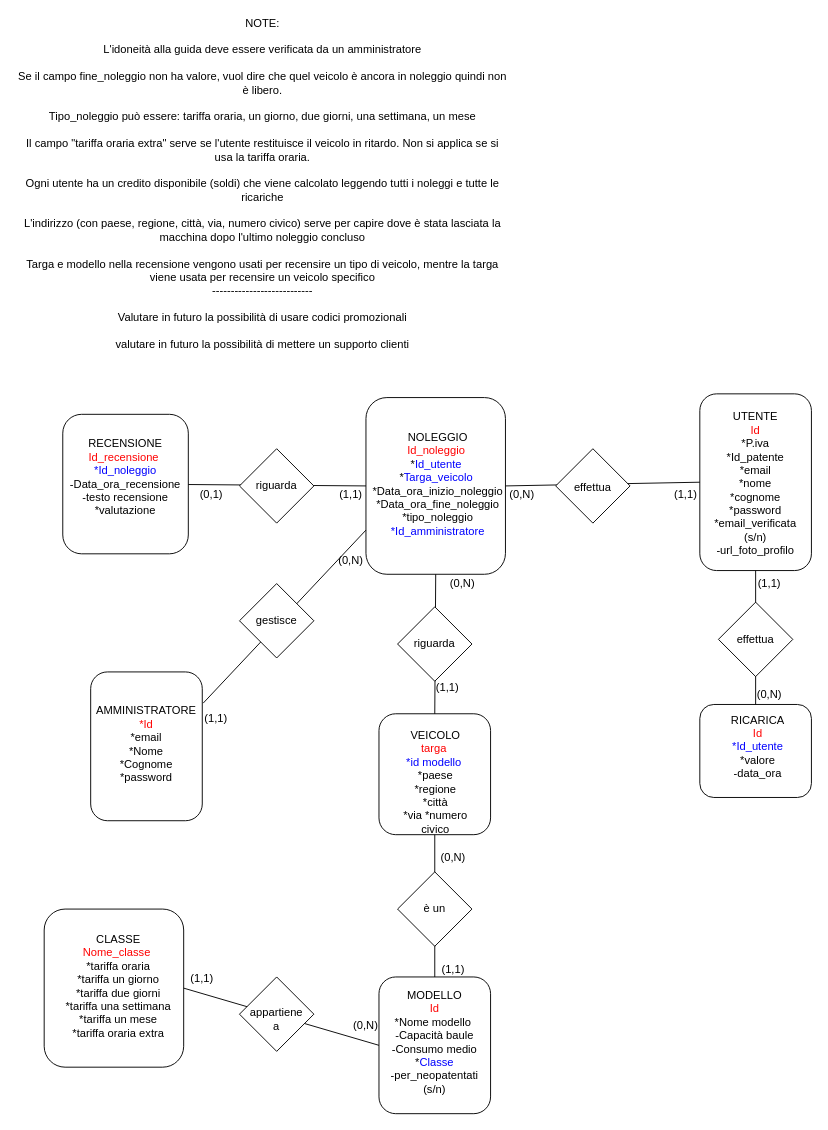
Before: Car Sharing DB v1.drawio in PeppeSorb/CarSharing, a draw.io diagram. Source tidied: cells renumbered, new cells numbered last; positions are measured from the earlier drawing's top-left corner, leaving out a move shared by most shapes. Both pictures are drawn from the tidied source at 93%, with x=0, y=0 at pixel (16, 25).
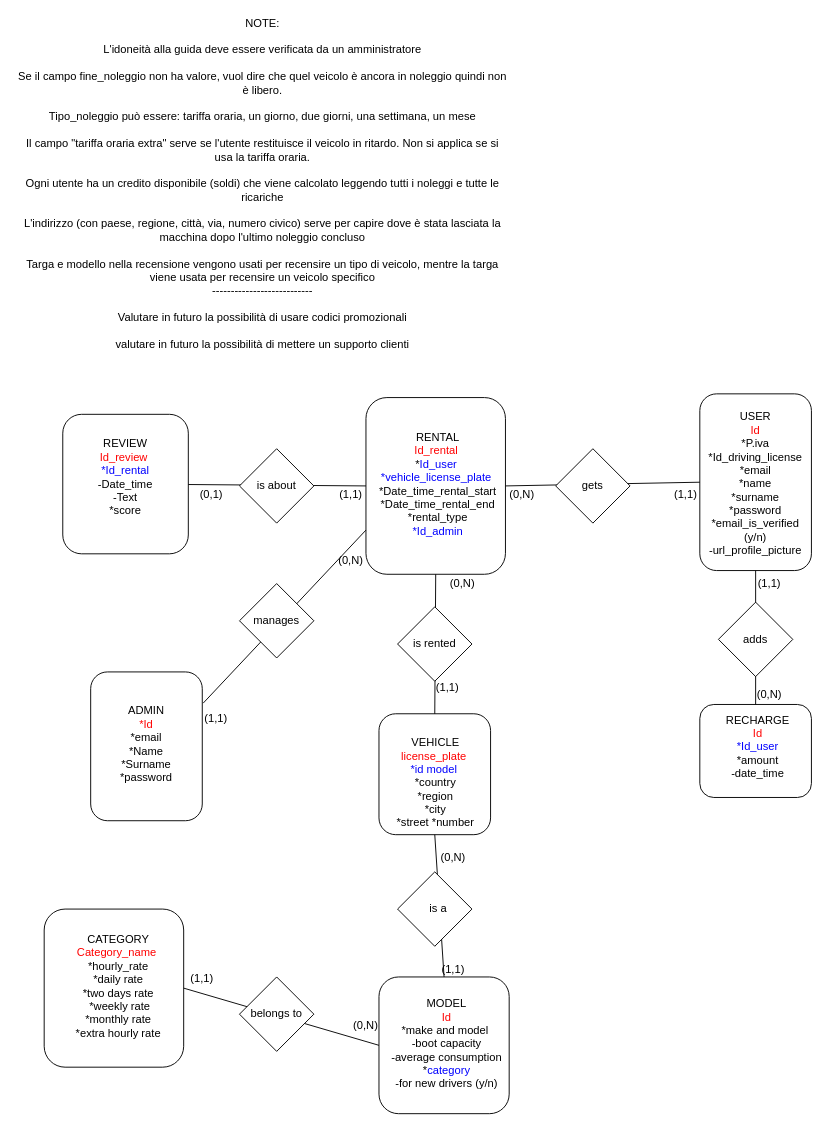
The same diagram, later.

Commit message (it also covers changes not shown here):
Aggiornato schema Er

Diff of the diagram source:
```diff
@@
-    <mxCell id="4" value="UTENTE&lt;br&gt;&lt;font color=&quot;#ff0000&quot;&gt;Id&lt;/font&gt;&lt;br&gt;*P.iva&lt;br&gt;*Id_patente&lt;br&gt;*email&lt;br&gt;*nome&lt;br&gt;*cognome&lt;br&gt;*password&lt;br&gt;*email_verificata (s/n)&lt;br&gt;-url_foto_profilo" style="text;html=1;strokeColor=none;fillColor=none;align=center;verticalAlign=middle;whiteSpace=wrap;rounded=0;" parent="1" vertex="1">
+    <mxCell id="4" value="USER&lt;br&gt;&lt;font color=&quot;#ff0000&quot;&gt;Id&lt;/font&gt;&lt;br&gt;*P.iva&lt;br&gt;*Id_driving_license&lt;br&gt;*email&lt;br&gt;*name&lt;br&gt;*surname&lt;br&gt;*password&lt;br&gt;*email_is_verified (y/n)&lt;br&gt;-url_profile_picture" style="text;html=1;strokeColor=none;fillColor=none;align=center;verticalAlign=middle;whiteSpace=wrap;rounded=0;" parent="1" vertex="1">
       <mxGeometry x="765" y="480" width="60" height="26" as="geometry" />
     </mxCell>
@@
-    <mxCell id="6" value="VEICOLO&lt;br&gt;&lt;font color=&quot;#ff0000&quot;&gt;targa&lt;/font&gt;&amp;nbsp;&lt;br&gt;&lt;font color=&quot;#0000ff&quot;&gt;*id&amp;nbsp;modello&lt;/font&gt;&amp;nbsp;&lt;br&gt;*paese&lt;br&gt;*regione &lt;br&gt;*città &lt;br&gt;*via *numero civico" style="text;html=1;strokeColor=none;fillColor=none;align=center;verticalAlign=middle;whiteSpace=wrap;rounded=0;" parent="1" vertex="1">
+    <mxCell id="6" value="VEHICLE&lt;br&gt;&lt;font color=&quot;#ff0000&quot;&gt;license_plate&lt;/font&gt;&amp;nbsp;&lt;br&gt;&lt;font color=&quot;#0000ff&quot;&gt;*id&amp;nbsp;model&lt;/font&gt;&amp;nbsp;&lt;br&gt;*country&lt;br&gt;*region&lt;br&gt;*city&lt;br&gt;*street *number" style="text;html=1;strokeColor=none;fillColor=none;align=center;verticalAlign=middle;whiteSpace=wrap;rounded=0;" parent="1" vertex="1">
       <mxGeometry x="406" y="800" width="90" height="27" as="geometry" />
     </mxCell>
     <mxCell id="7" style="rounded=1;whiteSpace=wrap;html=1;" parent="1" vertex="1">
-      <mxGeometry x="390" y="1023" width="120" height="147" as="geometry" />
+      <mxGeometry x="390" y="1023" width="140" height="147" as="geometry" />
     </mxCell>
-    <mxCell id="8" value="MODELLO&lt;br&gt;&lt;font color=&quot;#ff0000&quot;&gt;Id&lt;/font&gt;&lt;br&gt;*Nome modello&amp;nbsp;&lt;br&gt;-Capacità baule &lt;br&gt;-Consumo medio *&lt;font color=&quot;#0000ff&quot;&gt;Classe &lt;/font&gt;&lt;br&gt;-per_neopatentati (s/n)" style="text;html=1;strokeColor=none;fillColor=none;align=center;verticalAlign=middle;whiteSpace=wrap;rounded=0;" parent="1" vertex="1">
-      <mxGeometry x="400" y="1075" width="100" height="35" as="geometry" />
+    <mxCell id="8" value="MODEL&lt;br&gt;&lt;font color=&quot;#ff0000&quot;&gt;Id&lt;/font&gt;&lt;br&gt;*make and model&lt;span style=&quot;background-color: initial;&quot;&gt;&amp;nbsp;&lt;/span&gt;&lt;br&gt;-boot capacity&lt;br&gt;-average consumption &lt;br&gt;*&lt;font color=&quot;#0000ff&quot;&gt;category&lt;/font&gt;&lt;br&gt;-for new drivers (y/n)" style="text;html=1;strokeColor=none;fillColor=none;align=center;verticalAlign=middle;whiteSpace=wrap;rounded=0;" parent="1" vertex="1">
+      <mxGeometry x="396" y="1079" width="134" height="31" as="geometry" />
     </mxCell>
@@
-    <mxCell id="10" value="AMMINISTRATORE&lt;br&gt;&lt;font color=&quot;#ff0000&quot;&gt;*Id&lt;/font&gt;&lt;br&gt;*email &lt;br&gt;*Nome &lt;br&gt;*Cognome *password" style="text;html=1;strokeColor=none;fillColor=none;align=center;verticalAlign=middle;whiteSpace=wrap;rounded=0;" parent="1" vertex="1">
+    <mxCell id="10" value="ADMIN&lt;br&gt;&lt;font color=&quot;#ff0000&quot;&gt;*Id&lt;/font&gt;&lt;br&gt;*email &lt;br&gt;*Name&lt;br&gt;*Surname *password" style="text;html=1;strokeColor=none;fillColor=none;align=center;verticalAlign=middle;whiteSpace=wrap;rounded=0;" parent="1" vertex="1">
       <mxGeometry x="85" y="730" width="110" height="85" as="geometry" />
     </mxCell>
@@
-    <mxCell id="12" value="NOLEGGIO&lt;br&gt;&lt;font color=&quot;#ff0000&quot;&gt;Id_noleggio&lt;/font&gt;&amp;nbsp;&lt;br&gt;*&lt;font color=&quot;#0000ff&quot;&gt;Id_utente&lt;/font&gt;&amp;nbsp;&lt;br&gt;*&lt;font color=&quot;#0000ff&quot;&gt;Targa_veicolo&lt;/font&gt;&amp;nbsp;&lt;br&gt;*Data_ora_inizio_noleggio *Data_ora_fine_noleggio *tipo_noleggio&lt;br&gt;&lt;font color=&quot;#0000ff&quot;&gt;*Id_amministratore&lt;/font&gt;" style="text;html=1;strokeColor=none;fillColor=none;align=center;verticalAlign=middle;whiteSpace=wrap;rounded=0;" parent="1" vertex="1">
+    <mxCell id="12" value="RENTAL&lt;br&gt;&lt;font color=&quot;#ff0000&quot;&gt;Id_rental&lt;/font&gt;&amp;nbsp;&lt;br&gt;*&lt;font color=&quot;#0000ff&quot;&gt;Id_user&lt;/font&gt;&amp;nbsp;&lt;br&gt;&lt;font color=&quot;#0000ff&quot;&gt;*vehicle_license_plate&lt;/font&gt;&amp;nbsp;&lt;br&gt;*Date_time_rental_start *Date_time_rental_end *rental_type&lt;br&gt;&lt;font color=&quot;#0000ff&quot;&gt;*Id_admin&lt;/font&gt;" style="text;html=1;strokeColor=none;fillColor=none;align=center;verticalAlign=middle;whiteSpace=wrap;rounded=0;" parent="1" vertex="1">
       <mxGeometry x="421" y="480" width="65" height="26" as="geometry" />
     </mxCell>
@@
-    <mxCell id="14" value="CLASSE&lt;br&gt;&lt;font color=&quot;#ff0000&quot;&gt;Nome_classe&lt;/font&gt;&amp;nbsp;&lt;br&gt;*tariffa oraria&lt;br&gt;*tariffa un giorno *tariffa due giorni *tariffa una settimana&lt;br&gt;*tariffa un mese *tariffa oraria extra" style="text;html=1;strokeColor=none;fillColor=none;align=center;verticalAlign=middle;whiteSpace=wrap;rounded=0;" parent="1" vertex="1">
+    <mxCell id="14" value="CATEGORY&lt;br&gt;&lt;font color=&quot;#ff0000&quot;&gt;Category_name&lt;/font&gt;&amp;nbsp;&lt;br&gt;*hourly_rate&lt;br&gt;*daily rate&lt;br&gt;*two days rate&lt;br&gt;&amp;nbsp;*weekly rate&lt;br&gt;*monthly rate &lt;br&gt;*extra hourly rate" style="text;html=1;strokeColor=none;fillColor=none;align=center;verticalAlign=middle;whiteSpace=wrap;rounded=0;" parent="1" vertex="1">
       <mxGeometry x="50" y="965" width="120" height="135" as="geometry" />
     </mxCell>
@@
-    <mxCell id="16" value="RECENSIONE&lt;br&gt;&lt;font color=&quot;#ff0000&quot;&gt;Id_recensione&lt;/font&gt;&amp;nbsp;&lt;br&gt;&lt;font color=&quot;#0000ff&quot;&gt;*Id_noleggio&lt;/font&gt;&lt;br&gt;-Data_ora_recensione&lt;br&gt;-testo recensione&lt;br&gt;*valutazione" style="text;html=1;strokeColor=none;fillColor=none;align=center;verticalAlign=middle;whiteSpace=wrap;rounded=0;" parent="1" vertex="1">
+    <mxCell id="16" value="REVIEW&lt;br&gt;&lt;font color=&quot;#ff0000&quot;&gt;Id_review&lt;/font&gt;&amp;nbsp;&lt;br&gt;&lt;font color=&quot;#0000ff&quot;&gt;*Id_rental&lt;/font&gt;&lt;br&gt;-Date_time&lt;br&gt;-Text&lt;br&gt;*score" style="text;html=1;strokeColor=none;fillColor=none;align=center;verticalAlign=middle;whiteSpace=wrap;rounded=0;" parent="1" vertex="1">
       <mxGeometry x="50" y="471" width="135" height="30" as="geometry" />
     </mxCell>
@@
-    <mxCell id="18" value="RICARICA&lt;br&gt;&lt;font color=&quot;#ff0000&quot;&gt;Id&lt;/font&gt;&lt;br&gt;&lt;font color=&quot;#0000ff&quot;&gt;*Id_utente&lt;/font&gt;&lt;br&gt;*valore&lt;br&gt;-data_ora" style="text;html=1;strokeColor=none;fillColor=none;align=center;verticalAlign=middle;whiteSpace=wrap;rounded=0;" parent="1" vertex="1">
+    <mxCell id="18" value="RECHARGE&lt;br&gt;&lt;font color=&quot;#ff0000&quot;&gt;Id&lt;/font&gt;&lt;br&gt;&lt;font color=&quot;#0000ff&quot;&gt;*Id_user&lt;/font&gt;&lt;br&gt;*amount&lt;br&gt;-date_time" style="text;html=1;strokeColor=none;fillColor=none;align=center;verticalAlign=middle;whiteSpace=wrap;rounded=0;" parent="1" vertex="1">
       <mxGeometry x="765" y="760" width="65" height="30" as="geometry" />
     </mxCell>
@@
-    <mxCell id="21" value="è un" style="text;html=1;strokeColor=none;fillColor=none;align=center;verticalAlign=middle;whiteSpace=wrap;rounded=0;" parent="1" vertex="1">
-      <mxGeometry x="420" y="935" width="60" height="30" as="geometry" />
+    <mxCell id="21" value="is a" style="text;html=1;strokeColor=none;fillColor=none;align=center;verticalAlign=middle;whiteSpace=wrap;rounded=0;" parent="1" vertex="1">
+      <mxGeometry x="423.5" y="935" width="60" height="30" as="geometry" />
     </mxCell>
@@
-    <mxCell id="26" value="appartiene a" style="text;html=1;strokeColor=none;fillColor=none;align=center;verticalAlign=middle;whiteSpace=wrap;rounded=0;" parent="1" vertex="1">
-      <mxGeometry x="250" y="1053" width="60" height="32" as="geometry" />
+    <mxCell id="26" value="belongs to" style="text;html=1;strokeColor=none;fillColor=none;align=center;verticalAlign=middle;whiteSpace=wrap;rounded=0;" parent="1" vertex="1">
+      <mxGeometry x="250" y="1047" width="60" height="32" as="geometry" />
     </mxCell>
@@
-    <mxCell id="31" style="rhombus;whiteSpace=wrap;html=1;" parent="1" vertex="1">
+    <mxCell id="31" value="gets" style="rhombus;whiteSpace=wrap;html=1;" parent="1" vertex="1">
       <mxGeometry x="580" y="455" width="80" height="80" as="geometry" />
     </mxCell>
-    <mxCell id="32" value="effettua" style="text;html=1;strokeColor=none;fillColor=none;align=center;verticalAlign=middle;whiteSpace=wrap;rounded=0;" parent="1" vertex="1">
-      <mxGeometry x="590" y="480" width="60" height="34" as="geometry" />
-    </mxCell>
@@
-    <mxCell id="36" style="rhombus;whiteSpace=wrap;html=1;" parent="1" vertex="1">
+    <mxCell id="36" value="is rented" style="rhombus;whiteSpace=wrap;html=1;" parent="1" vertex="1">
       <mxGeometry x="410" y="625" width="80" height="80" as="geometry" />
     </mxCell>
-    <mxCell id="37" value="riguarda" style="text;html=1;strokeColor=none;fillColor=none;align=center;verticalAlign=middle;whiteSpace=wrap;rounded=0;" parent="1" vertex="1">
-      <mxGeometry x="420" y="650" width="60" height="30" as="geometry" />
-    </mxCell>
@@
-    <mxCell id="43" value="effettua" style="text;html=1;strokeColor=none;fillColor=none;align=center;verticalAlign=middle;whiteSpace=wrap;rounded=0;" parent="1" vertex="1">
+    <mxCell id="43" value="adds" style="text;html=1;strokeColor=none;fillColor=none;align=center;verticalAlign=middle;whiteSpace=wrap;rounded=0;" parent="1" vertex="1">
       <mxGeometry x="765" y="645" width="60" height="30" as="geometry" />
     </mxCell>
@@
-    <mxCell id="46" value="riguarda" style="text;html=1;strokeColor=none;fillColor=none;align=center;verticalAlign=middle;whiteSpace=wrap;rounded=0;" parent="1" vertex="1">
+    <mxCell id="46" value="is about" style="text;html=1;strokeColor=none;fillColor=none;align=center;verticalAlign=middle;whiteSpace=wrap;rounded=0;" parent="1" vertex="1">
       <mxGeometry x="250" y="480" width="60" height="30" as="geometry" />
     </mxCell>
@@
-    <mxCell id="51" value="gestisce" style="text;html=1;strokeColor=none;fillColor=none;align=center;verticalAlign=middle;whiteSpace=wrap;rounded=0;" parent="1" vertex="1">
+    <mxCell id="51" value="manages" style="text;html=1;strokeColor=none;fillColor=none;align=center;verticalAlign=middle;whiteSpace=wrap;rounded=0;" parent="1" vertex="1">
       <mxGeometry x="250" y="625" width="60" height="30" as="geometry" />
     </mxCell>
```
